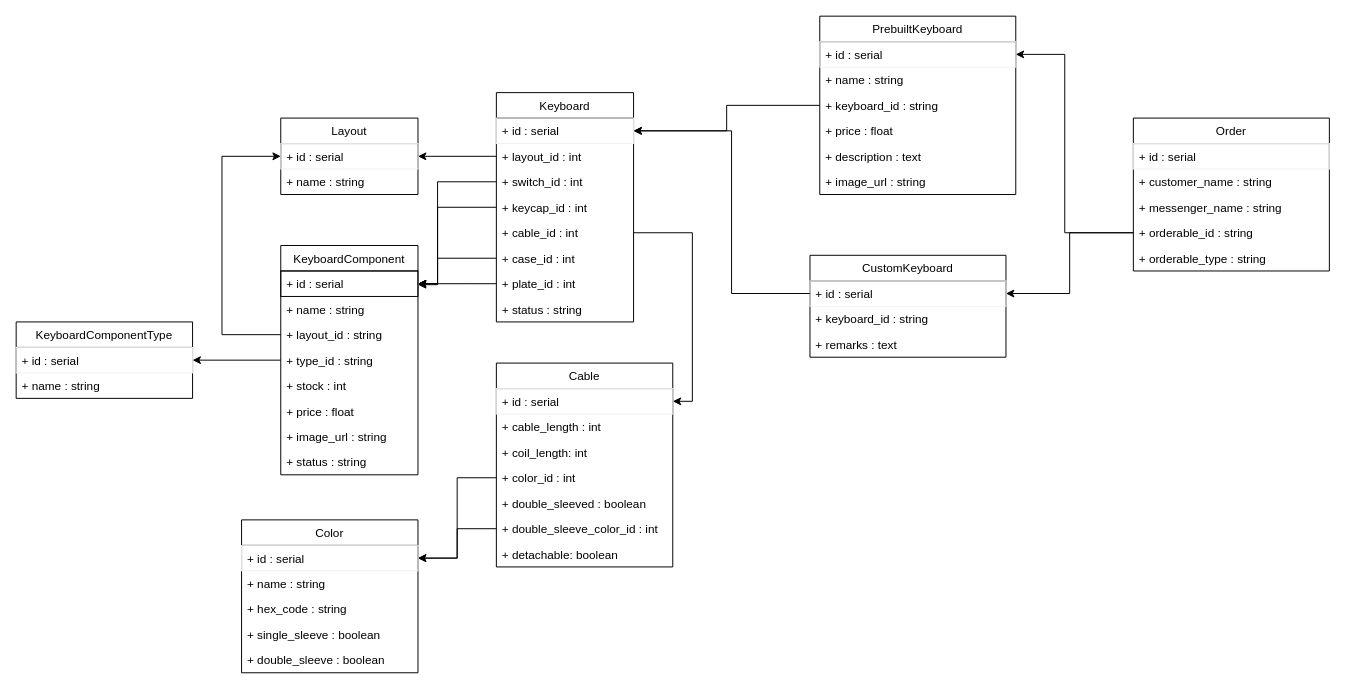
Before: UML.drawio in saas786/chavez-inventory, a draw.io diagram. Source tidied: cells renumbered, new cells numbered last; positions are measured from the earlier drawing's top-left corner, leaving out a move shared by most shapes. Both pictures are drawn from the tidied source at 98%, with x=0, y=0 at pixel (16, 16).
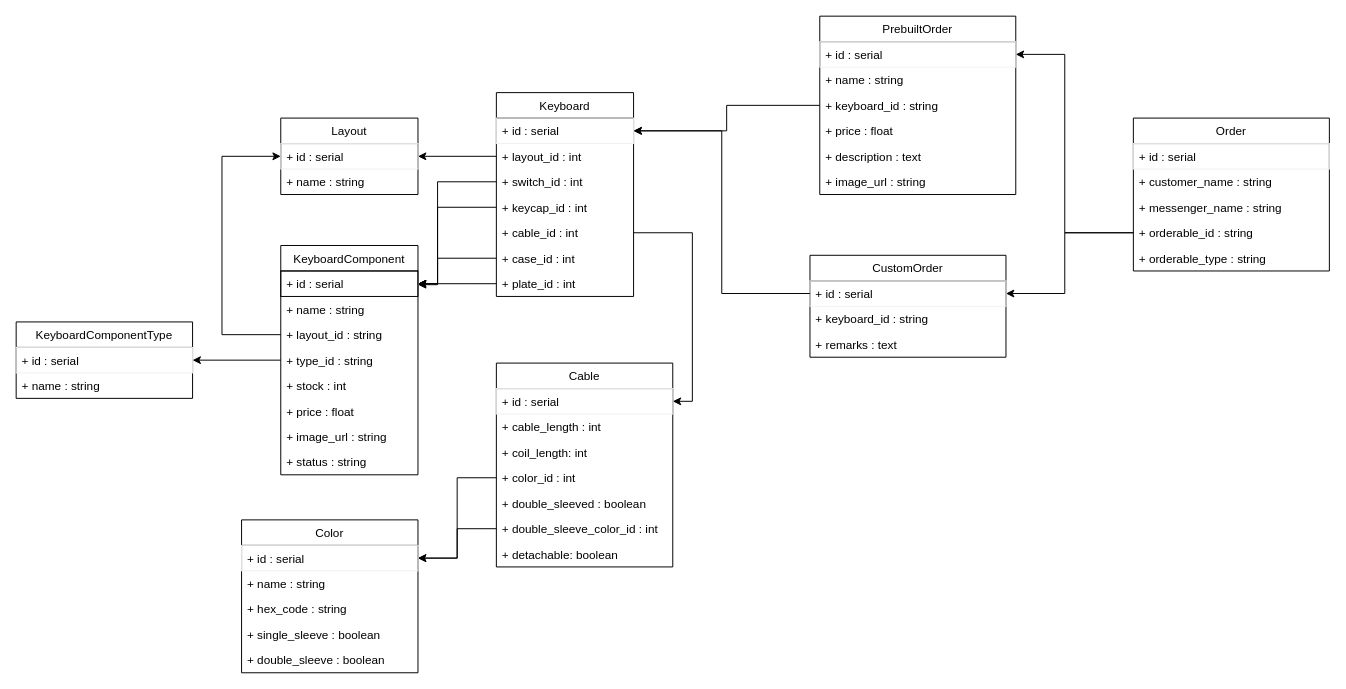
Above is the later version.

Unchanged cells that the change refers to:
```xml
<mxCell id="17" value="+ id : serial" style="text;fillColor=none;align=left;verticalAlign=top;spacingLeft=4;spacingRight=4;overflow=hidden;points=[[0,0.5],[1,0.5]];portConstraint=eastwest;strokeColor=#f0f0f0;" parent="16" vertex="1">
  <mxGeometry y="26" width="140" height="26" as="geometry" />
</mxCell>
<mxCell id="58" value="+ id : serial" style="text;fillColor=none;align=left;verticalAlign=top;spacingLeft=4;spacingRight=4;overflow=hidden;points=[[0,0.5],[1,0.5]];portConstraint=eastwest;strokeColor=#f0f0f0;" parent="57" vertex="1">
  <mxGeometry y="26" width="200" height="26" as="geometry" />
</mxCell>
<mxCell id="67" value="+ orderable_id : string" style="text;strokeColor=none;fillColor=none;align=left;verticalAlign=top;spacingLeft=4;spacingRight=4;overflow=hidden;points=[[0,0.5],[1,0.5]];portConstraint=eastwest;" parent="63" vertex="1">
  <mxGeometry y="104" width="200" height="26" as="geometry" />
</mxCell>
```

Change to the diagram source:
```diff
@@
     <mxCell id="16" value="Keyboard" style="swimlane;fontStyle=0;horizontal=1;startSize=26;fillColor=none;" parent="1" vertex="1">
-      <mxGeometry x="490" y="78" width="140" height="234" as="geometry" />
+      <mxGeometry x="490" y="78" width="140" height="208" as="geometry" />
     </mxCell>
@@
-    <mxCell id="24" value="+ status : string" style="text;strokeColor=none;fillColor=none;align=left;verticalAlign=top;spacingLeft=4;spacingRight=4;overflow=hidden;" parent="16" vertex="1">
-      <mxGeometry y="208" width="140" height="26" as="geometry" />
-    </mxCell>
@@
-    <mxCell id="42" value="PrebuiltKeyboard" style="swimlane;fontStyle=0;horizontal=1;startSize=26;fillColor=none;" parent="1" vertex="1">
+    <mxCell id="42" value="PrebuiltOrder" style="swimlane;fontStyle=0;horizontal=1;startSize=26;fillColor=none;" parent="1" vertex="1">
       <mxGeometry x="820" width="200" height="182" as="geometry" />
     </mxCell>
@@
-    <mxCell id="57" value="CustomKeyboard" style="swimlane;fontStyle=0;horizontal=1;startSize=26;fillColor=none;" parent="1" vertex="1">
+    <mxCell id="57" value="CustomOrder" style="swimlane;fontStyle=0;horizontal=1;startSize=26;fillColor=none;" parent="1" vertex="1">
       <mxGeometry x="810" y="244" width="200" height="104" as="geometry" />
     </mxCell>
@@
     <mxCell id="62" style="edgeStyle=orthogonalEdgeStyle;rounded=0;jettySize=auto;html=1;exitX=0;exitY=0.5;exitDx=0;exitDy=0;entryX=1;entryY=0.5;entryDx=0;entryDy=0;" parent="1" edge="1" source="58" target="17">
       <mxGeometry relative="1" as="geometry">
         <Array as="points">
-          <mxPoint x="730" y="283" />
-          <mxPoint x="730" y="117" />
+          <mxPoint x="720" y="283" />
+          <mxPoint x="720" y="117" />
         </Array>
       </mxGeometry>
     </mxCell>
@@
     <mxCell id="70" style="edgeStyle=orthogonalEdgeStyle;rounded=0;jettySize=auto;html=1;exitX=0;exitY=0.5;exitDx=0;exitDy=0;entryX=1;entryY=0.5;entryDx=0;entryDy=0;" parent="1" edge="1" source="67" target="58">
-      <mxGeometry relative="1" as="geometry" />
+      <mxGeometry relative="1" as="geometry">
+        <Array as="points">
+          <mxPoint x="1070" y="221" />
+          <mxPoint x="1070" y="283" />
+        </Array>
+      </mxGeometry>
     </mxCell>
```
